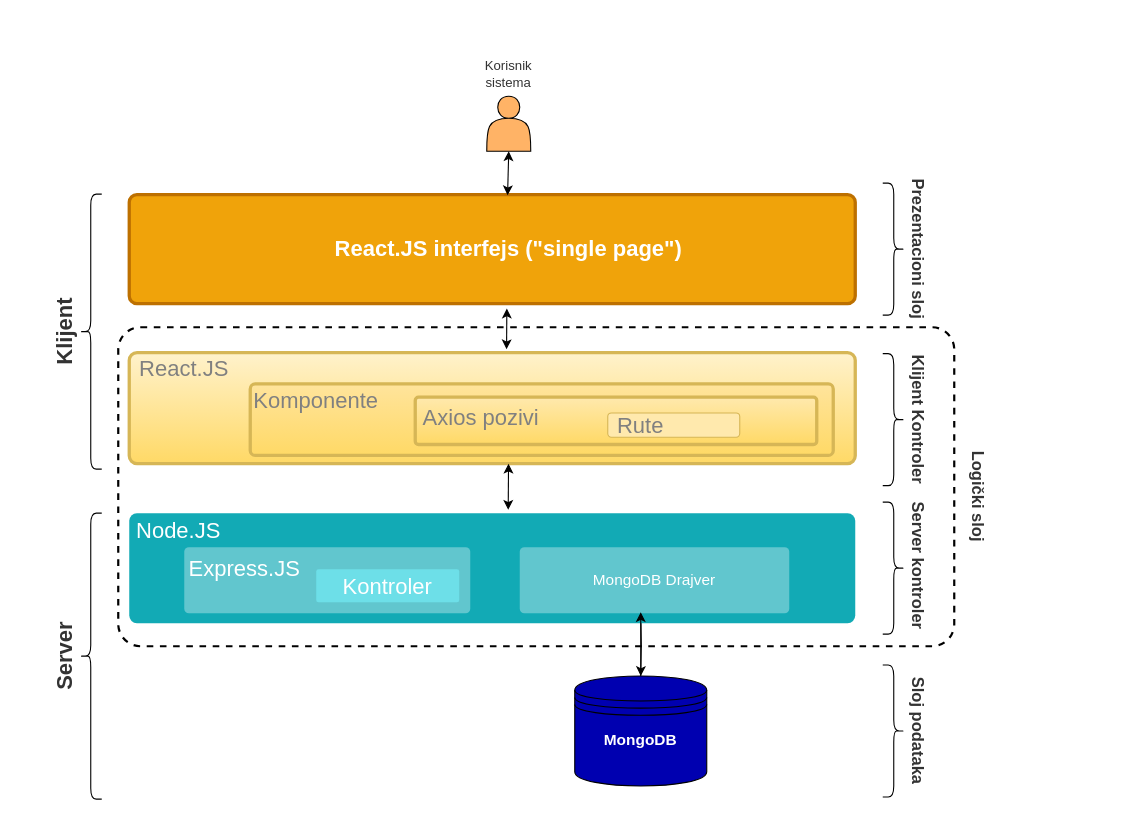
Before: Arhitektura/VPP_DRAWIO/Implementacija arhitekture.drawio in apekovic/InformacioniSistemTeniskiSavez, a draw.io diagram. Source tidied: cells renumbered, new cells numbered last; positions are measured from the earlier drawing's top-left corner, leaving out a move shared by most shapes. Both pictures are drawn from the tidied source at 110%, with x=0, y=0 at pixel (-14, 19).
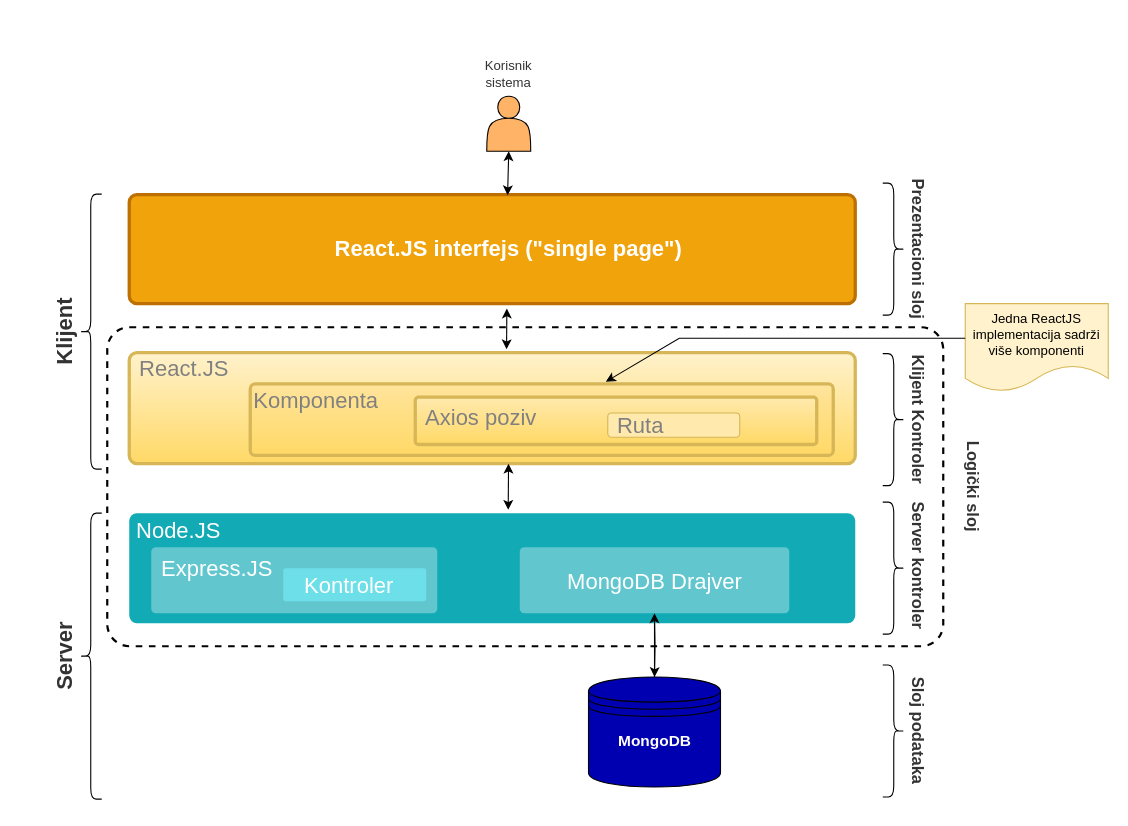
After the change.

The change refers to these unchanged cells:
```xml
<mxCell id="29" style="rounded=1;whiteSpace=wrap;html=1;shadow=0;labelBackgroundColor=none;strokeColor=#d6b656;strokeWidth=3;fillColor=#FFE49C;fontFamily=Helvetica;fontSize=14;align=center;spacing=5;fontStyle=1;arcSize=7;perimeterSpacing=2;gradientColor=#ffd966;" parent="1" vertex="1">
  <mxGeometry x="240" y="331.5" width="530" height="65" as="geometry" />
</mxCell>
```

Diff of the diagram source:
```diff
@@
     <mxCell id="3" style="edgeStyle=orthogonalEdgeStyle;rounded=0;jettySize=auto;html=1;exitX=0.5;exitY=1;exitDx=0;exitDy=0;fontColor=#A9C4EB;entryX=0.5;entryY=0;entryDx=0;entryDy=0;" parent="1" edge="1" target="8">
       <mxGeometry relative="1" as="geometry">
-        <mxPoint x="595" y="539" as="sourcePoint" />
+        <mxPoint x="607.5" y="540" as="sourcePoint" />
       </mxGeometry>
     </mxCell>
@@
-    <mxCell id="5" value="MongoDB Drajver" style="rounded=1;whiteSpace=wrap;html=1;shadow=0;labelBackgroundColor=none;strokeColor=none;strokeWidth=3;fillColor=#61c6ce;fontFamily=Helvetica;fontSize=14;fontColor=#FFFFFF;align=center;spacing=5;fontStyle=0;arcSize=7;perimeterSpacing=2;" parent="1" vertex="1">
+    <mxCell id="5" style="rounded=1;whiteSpace=wrap;html=1;shadow=0;labelBackgroundColor=none;strokeColor=none;strokeWidth=3;fillColor=#61c6ce;fontFamily=Helvetica;fontSize=14;fontColor=#FFFFFF;align=center;spacing=5;fontStyle=0;arcSize=7;perimeterSpacing=2;" parent="1" vertex="1">
       <mxGeometry x="485" y="480" width="245" height="60" as="geometry" />
     </mxCell>
     <mxCell id="6" style="rounded=1;whiteSpace=wrap;html=1;shadow=0;labelBackgroundColor=none;strokeColor=none;strokeWidth=3;fillColor=#61c6ce;fontFamily=Helvetica;fontSize=14;fontColor=#FFFFFF;align=center;spacing=5;fontStyle=0;arcSize=7;perimeterSpacing=2;" parent="1" vertex="1">
-      <mxGeometry x="180" y="480" width="260" height="60" as="geometry" />
+      <mxGeometry x="150" y="480" width="260" height="60" as="geometry" />
     </mxCell>
     <mxCell id="7" style="edgeStyle=orthogonalEdgeStyle;rounded=0;jettySize=auto;html=1;fontSize=20;fontColor=#333333;exitX=0.5;exitY=0;exitDx=0;exitDy=0;" parent="1" edge="1" source="8">
       <mxGeometry relative="1" as="geometry">
-        <mxPoint x="595" y="539" as="targetPoint" />
+        <mxPoint x="607.5" y="540" as="targetPoint" />
         <Array as="points">
-          <mxPoint x="595" y="577" />
-          <mxPoint x="595" y="577" />
+          <mxPoint x="607.5" y="578" />
+          <mxPoint x="607.5" y="578" />
         </Array>
       </mxGeometry>
     </mxCell>
     <mxCell id="8" style="shape=datastore;whiteSpace=wrap;html=1;fontColor=#A9C4EB;fillColor=#0000B0;" parent="1" vertex="1">
-      <mxGeometry x="535" y="597" width="120" height="100" as="geometry" />
+      <mxGeometry x="547.5" y="598" width="120" height="100" as="geometry" />
     </mxCell>
     <mxCell id="9" value="&lt;h3&gt;&lt;font color=&quot;#ffffff&quot;&gt;MongoDB&lt;/font&gt;&lt;/h3&gt;" style="text;html=1;strokeColor=none;fillColor=none;align=center;verticalAlign=middle;whiteSpace=wrap;rounded=0;fontColor=none;" parent="1" vertex="1">
-      <mxGeometry x="535" y="640" width="120" height="30" as="geometry" />
+      <mxGeometry x="547.5" y="641" width="120" height="30" as="geometry" />
     </mxCell>
@@
     <mxCell id="24" style="rounded=1;whiteSpace=wrap;html=1;shadow=0;labelBackgroundColor=none;strokeWidth=2;fillColor=none;fontFamily=Helvetica;fontSize=14;align=center;spacing=5;fontStyle=1;arcSize=7;perimeterSpacing=3;dashed=1;" parent="1" vertex="1">
-      <mxGeometry x="120" y="280" width="760" height="290" as="geometry" />
+      <mxGeometry x="110" y="280" width="760" height="290" as="geometry" />
     </mxCell>
     <mxCell id="25" value="&lt;h1&gt;&lt;b&gt;&lt;font style=&quot;font-size: 15px&quot;&gt;Logički sloj&lt;/font&gt;&lt;/b&gt;&lt;/h1&gt;" style="text;html=1;strokeColor=none;fillColor=none;align=center;verticalAlign=middle;whiteSpace=wrap;rounded=0;fontColor=#333333;rotation=90;" parent="1" vertex="1">
-      <mxGeometry x="835" y="394" width="140" height="80" as="geometry" />
+      <mxGeometry x="830" y="385" width="140" height="80" as="geometry" />
     </mxCell>
@@
-    <mxCell id="30" value="&lt;font color=&quot;#808080&quot;&gt;Komponente&lt;/font&gt;" style="text;html=1;strokeColor=none;fillColor=none;align=center;verticalAlign=middle;whiteSpace=wrap;rounded=0;fontSize=20;fontColor=#FFFFFF;" parent="1" vertex="1">
+    <mxCell id="30" value="&lt;font color=&quot;#808080&quot;&gt;Komponenta&lt;br&gt;&lt;/font&gt;" style="text;html=1;strokeColor=none;fillColor=none;align=center;verticalAlign=middle;whiteSpace=wrap;rounded=0;fontSize=20;fontColor=#FFFFFF;" parent="1" vertex="1">
       <mxGeometry x="270" y="331.6" width="60" height="28.6" as="geometry" />
     </mxCell>
@@
-    <mxCell id="32" value="&lt;font color=&quot;#808080&quot;&gt;Axios pozivi&lt;/font&gt;" style="text;html=1;strokeColor=none;fillColor=none;align=center;verticalAlign=middle;whiteSpace=wrap;rounded=0;fontSize=20;fontColor=#FFFFFF;" parent="1" vertex="1">
+    <mxCell id="32" value="&lt;font color=&quot;#808080&quot;&gt;Axios poziv&lt;/font&gt;" style="text;html=1;strokeColor=none;fillColor=none;align=center;verticalAlign=middle;whiteSpace=wrap;rounded=0;fontSize=20;fontColor=#FFFFFF;" parent="1" vertex="1">
       <mxGeometry x="390" y="345.8" width="120" height="30" as="geometry" />
     </mxCell>
@@
-    <mxCell id="34" value="&lt;font color=&quot;#808080&quot;&gt;Rute&lt;/font&gt;" style="text;html=1;strokeColor=none;fillColor=none;align=center;verticalAlign=middle;whiteSpace=wrap;rounded=0;fontSize=20;fontColor=#FFFFFF;" parent="1" vertex="1">
+    <mxCell id="34" value="&lt;font color=&quot;#808080&quot;&gt;Ruta&lt;/font&gt;" style="text;html=1;strokeColor=none;fillColor=none;align=center;verticalAlign=middle;whiteSpace=wrap;rounded=0;fontSize=20;fontColor=#FFFFFF;" parent="1" vertex="1">
       <mxGeometry x="565" y="353.9" width="60" height="30" as="geometry" />
     </mxCell>
@@
     <mxCell id="40" style="rounded=1;whiteSpace=wrap;html=1;shadow=0;labelBackgroundColor=none;strokeColor=none;strokeWidth=3;fillColor=#6DDFE8;fontFamily=Helvetica;fontSize=14;fontColor=#FFFFFF;align=center;spacing=5;fontStyle=0;arcSize=7;perimeterSpacing=2;gradientColor=none;" parent="1" vertex="1">
-      <mxGeometry x="300" y="500" width="130" height="30" as="geometry" />
+      <mxGeometry x="270" y="499" width="130" height="30" as="geometry" />
     </mxCell>
     <mxCell id="41" value="Express.JS" style="text;html=1;strokeColor=none;fillColor=none;align=center;verticalAlign=middle;whiteSpace=wrap;rounded=0;fontSize=20;fontColor=#FFFFFF;" parent="1" vertex="1">
-      <mxGeometry x="205" y="484" width="60" height="30" as="geometry" />
+      <mxGeometry x="180" y="484" width="60" height="30" as="geometry" />
     </mxCell>
     <mxCell id="42" value="Kontroler&lt;br&gt;" style="text;html=1;strokeColor=none;fillColor=none;align=center;verticalAlign=middle;whiteSpace=wrap;rounded=0;fontSize=20;fontColor=#FFFFFF;" parent="1" vertex="1">
-      <mxGeometry x="335" y="500" width="60" height="30" as="geometry" />
+      <mxGeometry x="300" y="499" width="60" height="30" as="geometry" />
     </mxCell>
+    <mxCell id="43" value="MongoDB Drajver" style="text;html=1;strokeColor=none;fillColor=none;align=center;verticalAlign=middle;whiteSpace=wrap;rounded=0;fontSize=20;fontColor=#FFFFFF;" parent="1" vertex="1">
+      <mxGeometry x="502.5" y="495" width="210" height="30" as="geometry" />
+    </mxCell>
+    <mxCell id="44" value="Jedna ReactJS implementacija sadrži više komponenti" style="shape=document;whiteSpace=wrap;html=1;boundedLbl=1;fillColor=#fff2cc;strokeColor=#d6b656;" parent="1" vertex="1">
+      <mxGeometry x="890" y="258.5" width="130" height="80" as="geometry" />
+    </mxCell>
+    <mxCell id="45" style="endArrow=classic;html=1;rounded=0;" parent="1" edge="1" target="29">
+      <mxGeometry relative="1" as="geometry">
+        <mxPoint x="890" y="290" as="sourcePoint" />
+        <Array as="points">
+          <mxPoint x="880" y="290" />
+          <mxPoint x="630" y="290" />
+        </Array>
+      </mxGeometry>
+    </mxCell>
```
